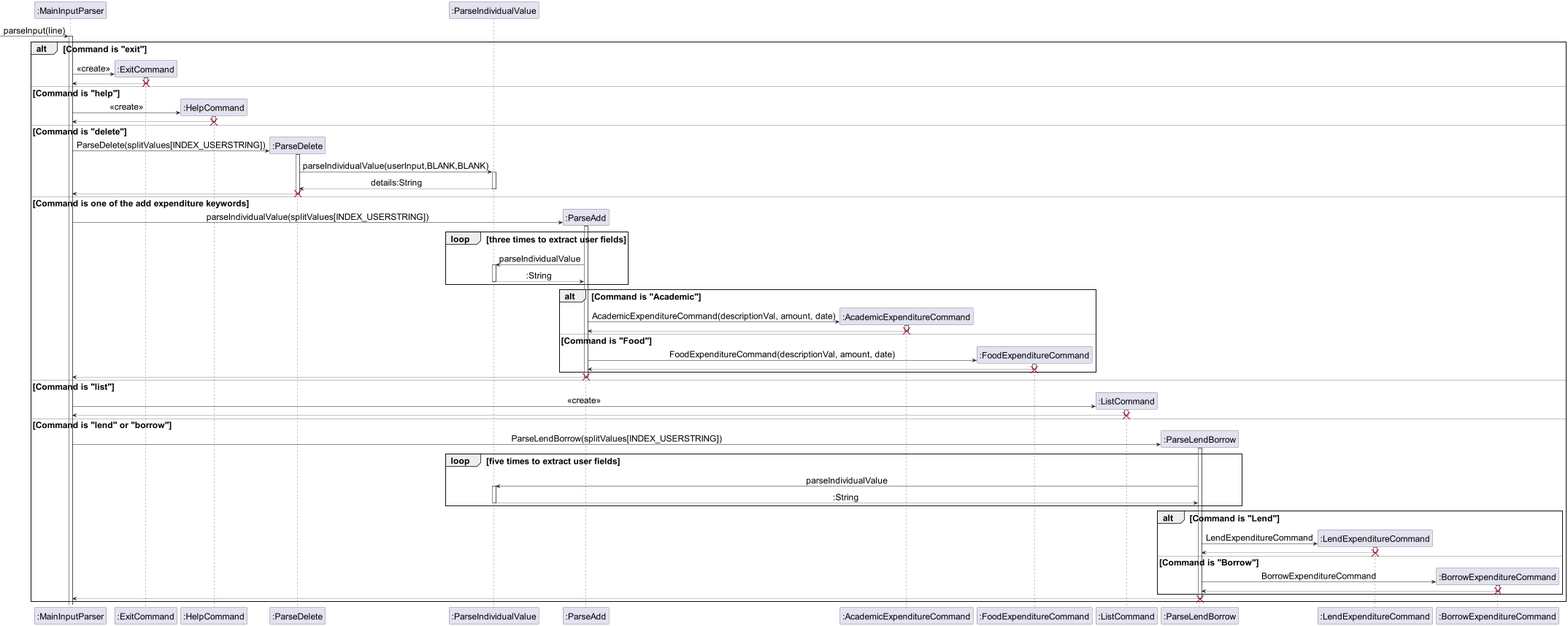
Earlier version of the PlantUML export docs/team/images/parserOverview.png (nus-cs2113-AY2223S2/tp). The source it was exported from:
```plantuml
@startuml
!define AWSPUML https://cdn.rawgit.com/Willibaur/PlantUML_AWS/07362bc9/
skinparam defaultTextAlignment center
!define ICONURLAWSPUML https://raw.githubusercontent.com/Willibaur/PlantUML_AWS/07362bc9/
!define AWSPUML_SPRITESURL https://raw.githubusercontent.com/rabelenda/cicon-plantuml-sprites/v2.0/
!define AWSPUML_NOBORDER
skinparam defaultFontSize 24

participant ":MainInputParser" as MainInputParser
-> MainInputParser: parseInput(line)
activate MainInputParser

participant ":ExitCommand" as ExitCommand
alt Command is "exit"
MainInputParser->ExitCommand** : <<create>>
activate ExitCommand
return
deactivate ExitCommand
destroy ExitCommand

else Command is "help"
participant ":HelpCommand" as HelpCommand
MainInputParser->HelpCommand** : <<create>>
activate HelpCommand
return
deactivate HelpCommand
destroy HelpCommand

else Command is "delete"
participant ":ParseDelete" as ParseDelete
MainInputParser->ParseDelete** : ParseDelete(splitValues[INDEX_USERSTRING])
activate ParseDelete

participant ":ParseIndividualValue" as ParseIndividualValue
ParseDelete->ParseIndividualValue : parseIndividualValue(userInput,BLANK,BLANK)
activate ParseIndividualValue
return details:String
ParseDelete-->MainInputParser
destroy ParseDelete
deactivate ParseDelete
deactivate ParseIndividualValue
else Command is one of the add expenditure keywords
participant ":ParseAdd" as ParseAdd
MainInputParser->ParseAdd** :parseIndividualValue(splitValues[INDEX_USERSTRING])
activate ParseAdd
loop three times to extract user fields
ParseAdd->ParseIndividualValue : parseIndividualValue
activate ParseIndividualValue
return :String
deactivate ParseIndividualValue
end
alt Command is "Academic"
participant ":AcademicExpenditureCommand" as AcademicExpenditureCommand
ParseAdd->AcademicExpenditureCommand** : AcademicExpenditureCommand(descriptionVal, amount, date)
activate AcademicExpenditureCommand
return
deactivate AcademicExpenditureCommand
destroy AcademicExpenditureCommand
else Command is "Food"
participant ":FoodExpenditureCommand" as FoodExpenditureCommand
ParseAdd-> FoodExpenditureCommand** : FoodExpenditureCommand(descriptionVal, amount, date)
activate FoodExpenditureCommand
return
deactivate FoodExpenditureCommand
destroy FoodExpenditureCommand
end

ParseAdd --> MainInputParser
destroy ParseAdd
deactivate ParseAdd

else Command is "list"
participant ":ListCommand" as ListCommand
MainInputParser->ListCommand** : <<create>>
activate ListCommand
return
deactivate ListCommand
destroy ListCommand

else Command is "lend" or "borrow"
participant ":ParseLendBorrow" as ParseLendBorrow
MainInputParser->ParseLendBorrow** : ParseLendBorrow(splitValues[INDEX_USERSTRING])
activate ParseLendBorrow
loop five times to extract user fields
ParseLendBorrow->ParseIndividualValue : parseIndividualValue
activate ParseIndividualValue
return :String
deactivate ParseIndividualValue
end
alt Command is "Lend"
participant ":LendExpenditureCommand" as LendExpenditureCommand
ParseLendBorrow->LendExpenditureCommand** : LendExpenditureCommand
activate LendExpenditureCommand
return
deactivate LendExpenditureCommand
destroy LendExpenditureCommand
else Command is "Borrow"
participant ":BorrowExpenditureCommand" as BorrowExpenditureCommand
ParseLendBorrow-> BorrowExpenditureCommand** : BorrowExpenditureCommand
activate BorrowExpenditureCommand
return
deactivate BorrowExpenditureCommand
destroy BorrowExpenditureCommand
end
ParseLendBorrow --> MainInputParser
destroy ParseLendBorrow
end
@enduml
```
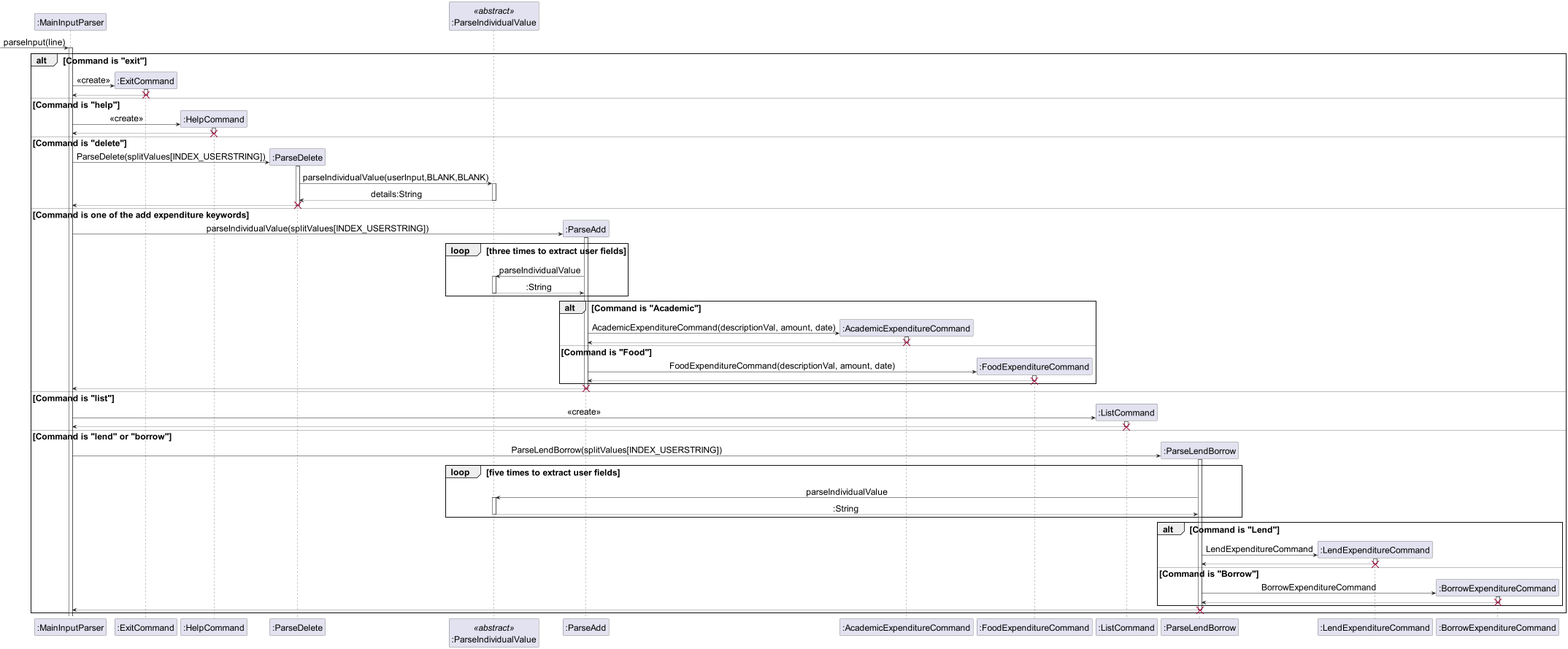
Above is the later version.

Commit message:
Include <<abstract>>

Change to the diagram source:
```diff
@@ -31,7 +31,7 @@
 MainInputParser->ParseDelete** : ParseDelete(splitValues[INDEX_USERSTRING])
 activate ParseDelete
 
-participant ":ParseIndividualValue" as ParseIndividualValue
+participant ":ParseIndividualValue" as ParseIndividualValue <<abstract>>
 ParseDelete->ParseIndividualValue : parseIndividualValue(userInput,BLANK,BLANK)
 activate ParseIndividualValue
 return details:String
```
